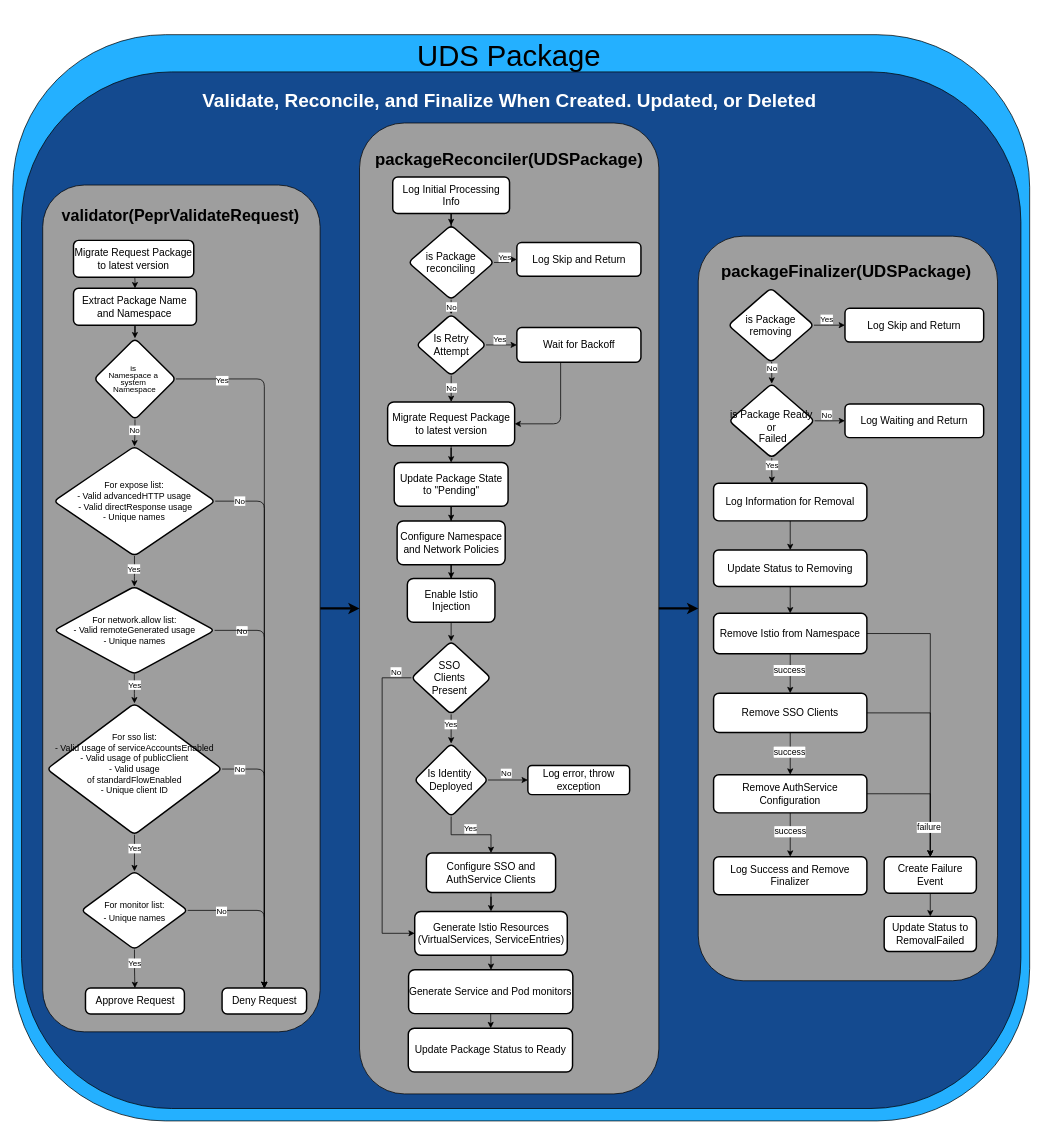
Earlier version of the draw.io diagram docs/.images/diagrams/uds-core-pepr-operator-flow.drawio (defenseunicorns/uds-core). Source tidied: cells renumbered, new cells numbered last; positions are measured from the earlier drawing's top-left corner, leaving out a move shared by most shapes. Both pictures are drawn from the tidied source at 73%, with x=0, y=0 at pixel (12, 34).
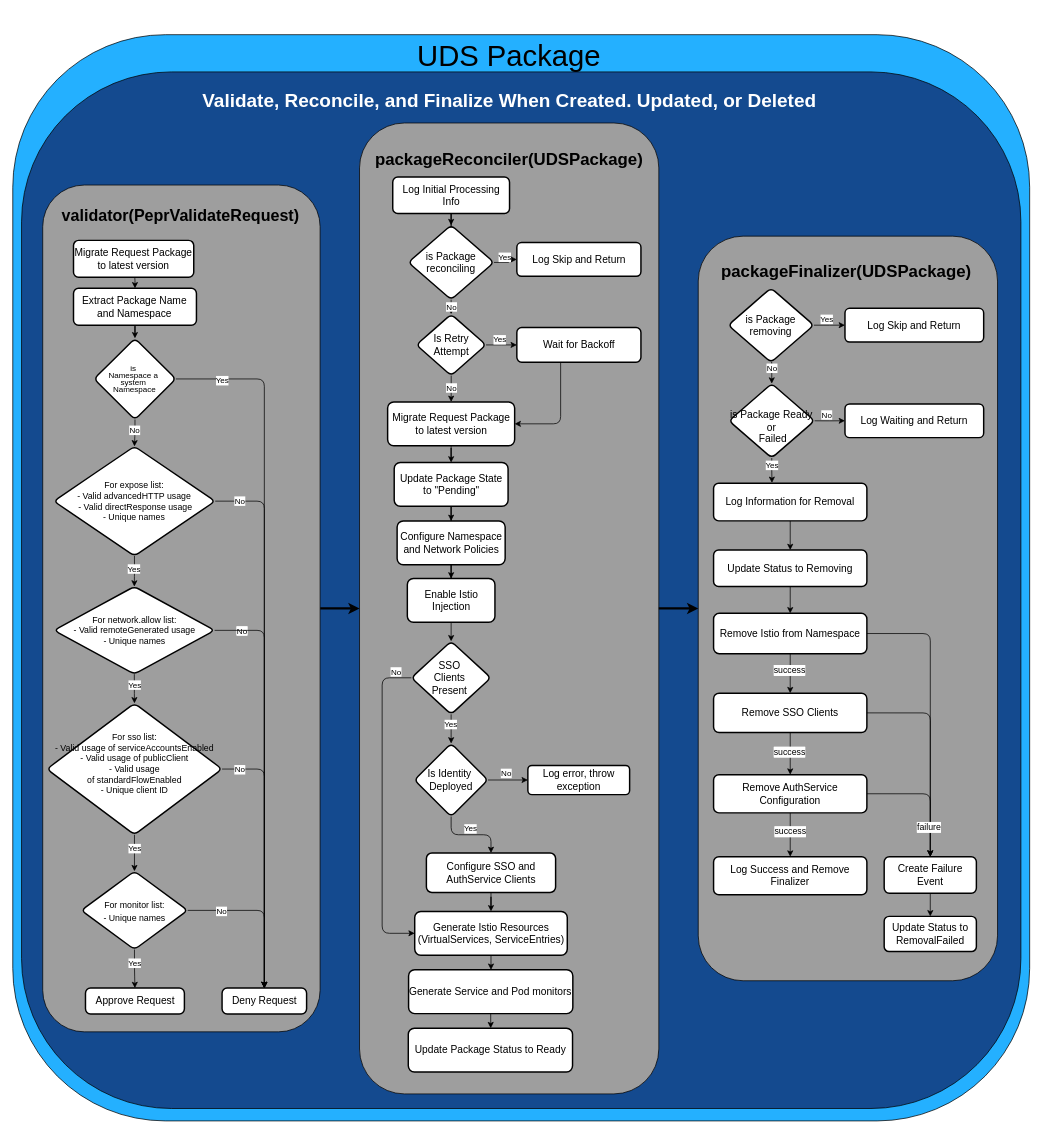
After the change.

Commit message (it also covers changes not shown here):
wip: diagram [ci skip]

Unchanged cells that the change refers to:
```xml
<mxCell id="6" style="group;" parent="1" vertex="1">
  <mxGeometry x="475" y="121" width="410" height="1330" as="geometry" />
</mxCell>
<mxCell id="36" value="&lt;div&gt;&lt;span style=&quot;background-color: transparent;&quot;&gt;SSO&amp;nbsp;&lt;/span&gt;&lt;/div&gt;&lt;div&gt;Clients&amp;nbsp;&lt;/div&gt;&lt;div&gt;&lt;span style=&quot;background-color: transparent;&quot;&gt;Present&lt;/span&gt;&amp;nbsp;&lt;/div&gt;" style="rhombus;whiteSpace=wrap;html=1;rounded=1;arcSize=14;strokeWidth=2;fillColor=light-dark(#FFFFFF,#FFFFFF);strokeColor=light-dark(#000000,#000000);fontColor=light-dark(#000000,#000000);fontSize=14;fontFamily=Poppins;" parent="6" vertex="1">
  <mxGeometry x="71" y="710" width="109" height="100" as="geometry" />
</mxCell>
<mxCell id="38" value="Configure SSO and AuthService Clients" style="whiteSpace=wrap;html=1;rounded=1;arcSize=14;strokeWidth=2;fillColor=light-dark(#FFFFFF,#FFFFFF);strokeColor=light-dark(#000000,#000000);fontColor=light-dark(#000000,#000000);fontSize=14;fontFamily=Poppins;" parent="6" vertex="1">
  <mxGeometry x="91.6" y="1000" width="177" height="54.1" as="geometry" />
</mxCell>
<mxCell id="40" value="Generate Istio Resources (VirtualServices, ServiceEntries)" style="whiteSpace=wrap;html=1;rounded=1;arcSize=14;strokeWidth=2;fillColor=light-dark(#FFFFFF,#FFFFFF);strokeColor=light-dark(#000000,#000000);fontColor=light-dark(#000000,#000000);fontSize=14;fontFamily=Poppins;" parent="6" vertex="1">
  <mxGeometry x="75.6" y="1080" width="209" height="60" as="geometry" />
</mxCell>
<mxCell id="46" value="Is Identity&amp;nbsp;&lt;div&gt;Deployed&lt;/div&gt;" style="rhombus;whiteSpace=wrap;html=1;rounded=1;arcSize=14;strokeWidth=2;fillColor=light-dark(#FFFFFF,#FFFFFF);strokeColor=light-dark(#000000,#000000);fontColor=light-dark(#000000,#000000);fontSize=14;fontFamily=Poppins;" parent="6" vertex="1">
  <mxGeometry x="75" y="850" width="101" height="100" as="geometry" />
</mxCell>
<mxCell id="50" style="group;" parent="1" vertex="1">
  <mxGeometry x="939" y="276" width="410" height="1020" as="geometry" />
</mxCell>
<mxCell id="57" value="Remove SSO Clients" style="whiteSpace=wrap;html=1;rounded=1;arcSize=14;strokeWidth=2;fillColor=light-dark(#FFFFFF,#FFFFFF);fontColor=light-dark(#000000,#000000);strokeColor=light-dark(#000000,#000000);fontSize=14;fontFamily=Poppins;" parent="50" vertex="1">
  <mxGeometry x="21" y="626.1" width="210" height="53.9" as="geometry" />
</mxCell>
<mxCell id="61" value="Remove AuthService Configuration" style="whiteSpace=wrap;html=1;rounded=1;arcSize=14;strokeWidth=2;fillColor=light-dark(#FFFFFF,#FFFFFF);fontColor=light-dark(#000000,#000000);strokeColor=light-dark(#000000,#000000);fontSize=14;fontFamily=Poppins;" parent="50" vertex="1">
  <mxGeometry x="21" y="737.7" width="210" height="52.3" as="geometry" />
</mxCell>
<mxCell id="74" value="Create Failure Event" style="whiteSpace=wrap;html=1;rounded=1;arcSize=14;strokeWidth=2;fillColor=light-dark(#FFFFFF,#FFFFFF);strokeColor=light-dark(#000000,#000000);fontColor=light-dark(#000000,#000000);fontSize=14;fontFamily=Poppins;" parent="50" vertex="1">
  <mxGeometry x="254.7" y="850" width="126.3" height="50" as="geometry" />
</mxCell>
<mxCell id="84" value="Remove Istio from Namespace" style="whiteSpace=wrap;html=1;rounded=1;arcSize=14;strokeWidth=2;fillColor=light-dark(#FFFFFF,#FFFFFF);fontColor=light-dark(#000000,#000000);strokeColor=light-dark(#000000,#000000);fontSize=14;fontFamily=Poppins;" parent="50" vertex="1">
  <mxGeometry x="21" y="516.7" width="210" height="55.3" as="geometry" />
</mxCell>
```

Change to the diagram source:
```diff
@@
-    <mxCell id="34" style="edgeStyle=orthogonalEdgeStyle;rounded=0;jettySize=auto;html=1;entryX=0;entryY=0.5;entryDx=0;entryDy=0;strokeColor=light-dark(#000000,#000000);fontColor=light-dark(#000000,#000000);labelBackgroundColor=light-dark(#FFFFFF,#FFFFFF);" parent="6" edge="1" source="36" target="40">
+    <mxCell id="34" style="edgeStyle=orthogonalEdgeStyle;rounded=1;jettySize=auto;html=1;entryX=0;entryY=0.5;entryDx=0;entryDy=0;strokeColor=light-dark(#000000,#000000);fontColor=light-dark(#000000,#000000);labelBackgroundColor=light-dark(#FFFFFF,#FFFFFF);curved=0;" parent="6" edge="1" source="36" target="40">
       <mxGeometry relative="1" as="geometry">
         <Array as="points">
           <mxPoint x="31" y="760" />
           <mxPoint x="31" y="1110" />
         </Array>
       </mxGeometry>
     </mxCell>
@@
-    <mxCell id="44" style="edgeStyle=orthogonalEdgeStyle;rounded=0;jettySize=auto;html=1;entryX=0.5;entryY=0;entryDx=0;entryDy=0;strokeColor=light-dark(#000000,#000000);fontColor=light-dark(#000000,#000000);labelBackgroundColor=light-dark(#FFFFFF,#FFFFFF);" parent="6" edge="1" source="46" target="38">
+    <mxCell id="44" style="edgeStyle=orthogonalEdgeStyle;rounded=1;jettySize=auto;html=1;entryX=0.5;entryY=0;entryDx=0;entryDy=0;strokeColor=light-dark(#000000,#000000);fontColor=light-dark(#000000,#000000);labelBackgroundColor=light-dark(#FFFFFF,#FFFFFF);curved=0;" parent="6" edge="1" source="46" target="38">
       <mxGeometry relative="1" as="geometry" />
     </mxCell>
@@
-    <mxCell id="56" style="edgeStyle=orthogonalEdgeStyle;rounded=0;jettySize=auto;html=1;exitX=1;exitY=0.5;exitDx=0;exitDy=0;entryX=0.5;entryY=0;entryDx=0;entryDy=0;strokeColor=light-dark(#000000,#000000);" parent="50" edge="1" source="57" target="74">
+    <mxCell id="56" style="edgeStyle=orthogonalEdgeStyle;rounded=1;jettySize=auto;html=1;exitX=1;exitY=0.5;exitDx=0;exitDy=0;entryX=0.5;entryY=0;entryDx=0;entryDy=0;strokeColor=light-dark(#000000,#000000);curved=0;" parent="50" edge="1" source="57" target="74">
       <mxGeometry relative="1" as="geometry" />
     </mxCell>
@@
-    <mxCell id="60" style="edgeStyle=orthogonalEdgeStyle;rounded=0;jettySize=auto;html=1;exitX=1;exitY=0.5;exitDx=0;exitDy=0;entryX=0.5;entryY=0;entryDx=0;entryDy=0;strokeColor=light-dark(#000000,#080808);" parent="50" edge="1" source="61" target="74">
+    <mxCell id="60" style="edgeStyle=orthogonalEdgeStyle;rounded=1;jettySize=auto;html=1;exitX=1;exitY=0.5;exitDx=0;exitDy=0;entryX=0.5;entryY=0;entryDx=0;entryDy=0;strokeColor=light-dark(#000000,#080808);curved=0;" parent="50" edge="1" source="61" target="74">
       <mxGeometry relative="1" as="geometry" />
     </mxCell>
@@
-    <mxCell id="82" style="edgeStyle=orthogonalEdgeStyle;rounded=0;jettySize=auto;html=1;exitX=1;exitY=0.5;exitDx=0;exitDy=0;entryX=0.5;entryY=0;entryDx=0;entryDy=0;strokeColor=light-dark(#000000,#000000);" parent="50" edge="1" source="84" target="74">
+    <mxCell id="82" style="edgeStyle=orthogonalEdgeStyle;rounded=1;jettySize=auto;html=1;exitX=1;exitY=0.5;exitDx=0;exitDy=0;entryX=0.5;entryY=0;entryDx=0;entryDy=0;strokeColor=light-dark(#000000,#000000);curved=0;" parent="50" edge="1" source="84" target="74">
       <mxGeometry relative="1" as="geometry" />
     </mxCell>
```
